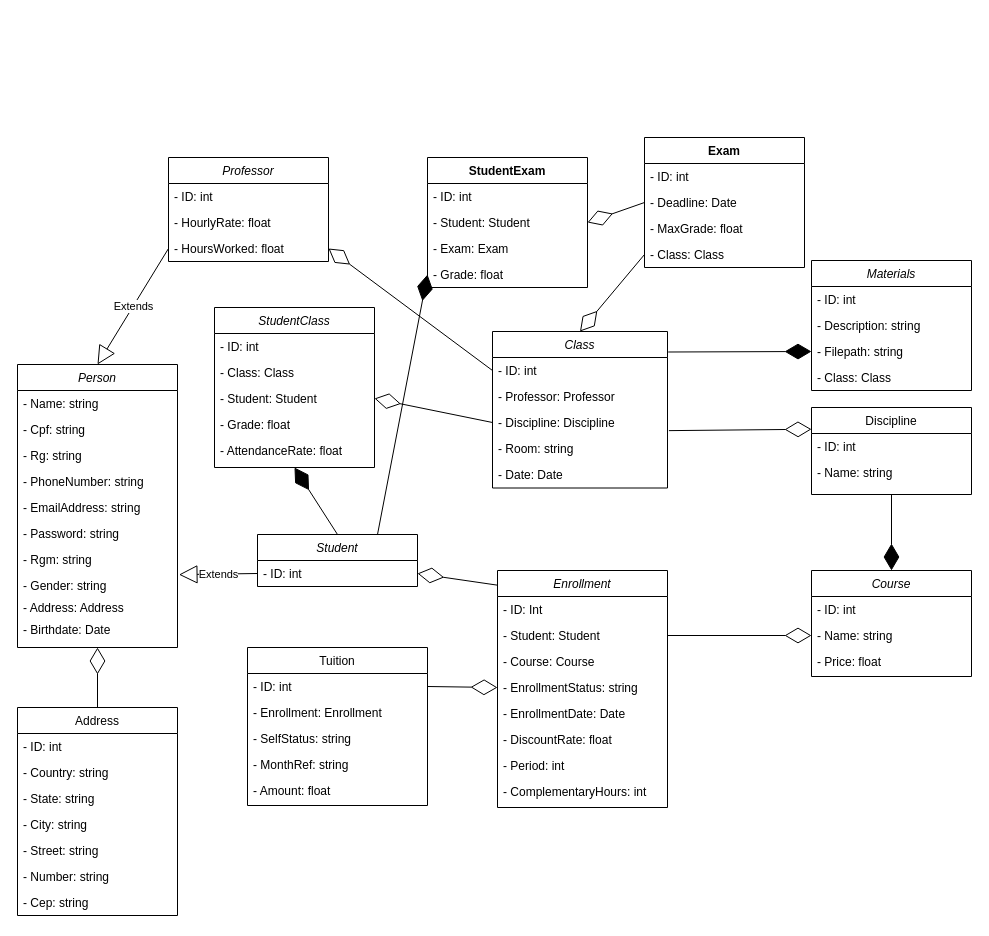
This is Diagramas/Área do Aluno Diagrama Classes.drawio from ViniWei/Documentos-Area-do-Aluno, a draw.io file, before an edit. Source tidied: cells renumbered, new cells numbered last; positions are measured from the earlier drawing's top-left corner, leaving out a move shared by most shapes. Both pictures are drawn from the tidied source at 100%, with x=0, y=0 at pixel (17, 137).
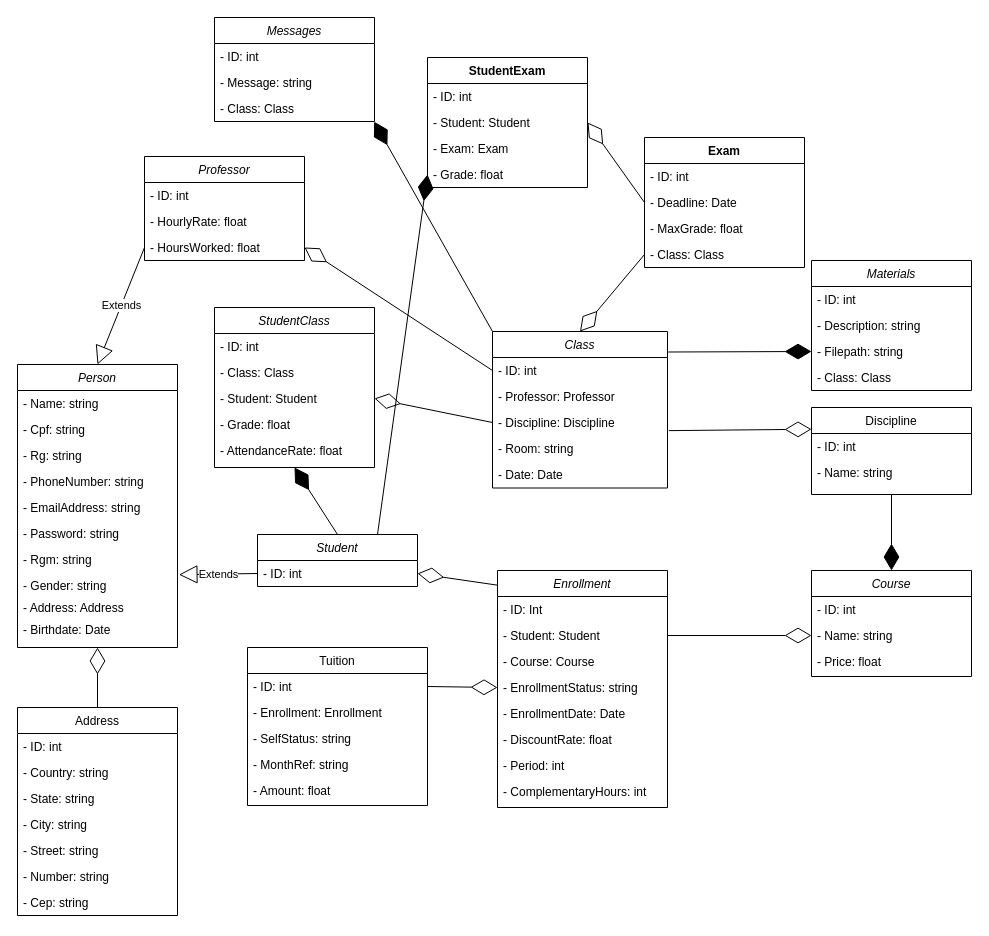
The same diagram, later.

Commit message (it also covers changes not shown here):
Atualizando diagramas com tabela "Message"

The change refers to these unchanged cells:
```xml
<mxCell id="60" value="Class" style="swimlane;fontStyle=2;align=center;verticalAlign=top;horizontal=1;startSize=26;rounded=0;shadow=0;strokeWidth=1;" parent="1" vertex="1">
  <mxGeometry x="475" y="194" width="175" height="156.5" as="geometry" />
</mxCell>
```

Change to the diagram source:
```diff
@@
     <mxCell id="13" value="Professor" style="swimlane;fontStyle=2;align=center;verticalAlign=top;horizontal=1;startSize=26;rounded=0;shadow=0;strokeWidth=1;" parent="1" vertex="1">
-      <mxGeometry x="151" y="20" width="160" height="104" as="geometry" />
+      <mxGeometry x="127" y="19" width="160" height="104" as="geometry" />
     </mxCell>
@@
     <mxCell id="71" value="StudentExam" style="swimlane;fontStyle=1;align=center;verticalAlign=top;horizontal=1;startSize=26;whiteSpace=wrap;html=1;" parent="1" vertex="1">
-      <mxGeometry x="410" y="20" width="160" height="130" as="geometry" />
+      <mxGeometry x="410" y="-80" width="160" height="130" as="geometry" />
     </mxCell>
@@
+    <mxCell id="91" value="Messages" style="swimlane;fontStyle=2;align=center;verticalAlign=top;horizontal=1;startSize=26;rounded=0;shadow=0;strokeWidth=1;" parent="1" vertex="1">
+      <mxGeometry x="197" y="-120" width="160" height="104" as="geometry" />
+    </mxCell>
+    <mxCell id="92" value="- ID: int" style="text;strokeColor=none;fillColor=none;align=left;verticalAlign=top;spacingLeft=4;spacingRight=4;overflow=hidden;whiteSpace=wrap;html=1;" parent="91" vertex="1">
+      <mxGeometry y="26" width="160" height="26" as="geometry" />
+    </mxCell>
+    <mxCell id="93" value="- Message: string" style="text;align=left;verticalAlign=top;spacingLeft=4;spacingRight=4;overflow=hidden;rounded=0;" parent="91" vertex="1">
+      <mxGeometry y="52" width="160" height="26" as="geometry" />
+    </mxCell>
+    <mxCell id="94" value="- Class: Class" style="text;align=left;verticalAlign=top;spacingLeft=4;spacingRight=4;overflow=hidden;points=[[0,0.5],[1,0.5]];portConstraint=eastwest;rounded=0;" parent="91" vertex="1">
+      <mxGeometry y="78" width="160" height="26" as="geometry" />
+    </mxCell>
+    <mxCell id="95" style="endArrow=diamondThin;endFill=1;endSize=24;html=1;rounded=0;entryX=0.998;entryY=1.007;entryDx=0;entryDy=0;exitX=0;exitY=0;exitDx=0;exitDy=0;entryPerimeter=0;" parent="1" edge="1" source="60" target="94">
+      <mxGeometry relative="1" as="geometry" />
+    </mxCell>
```
